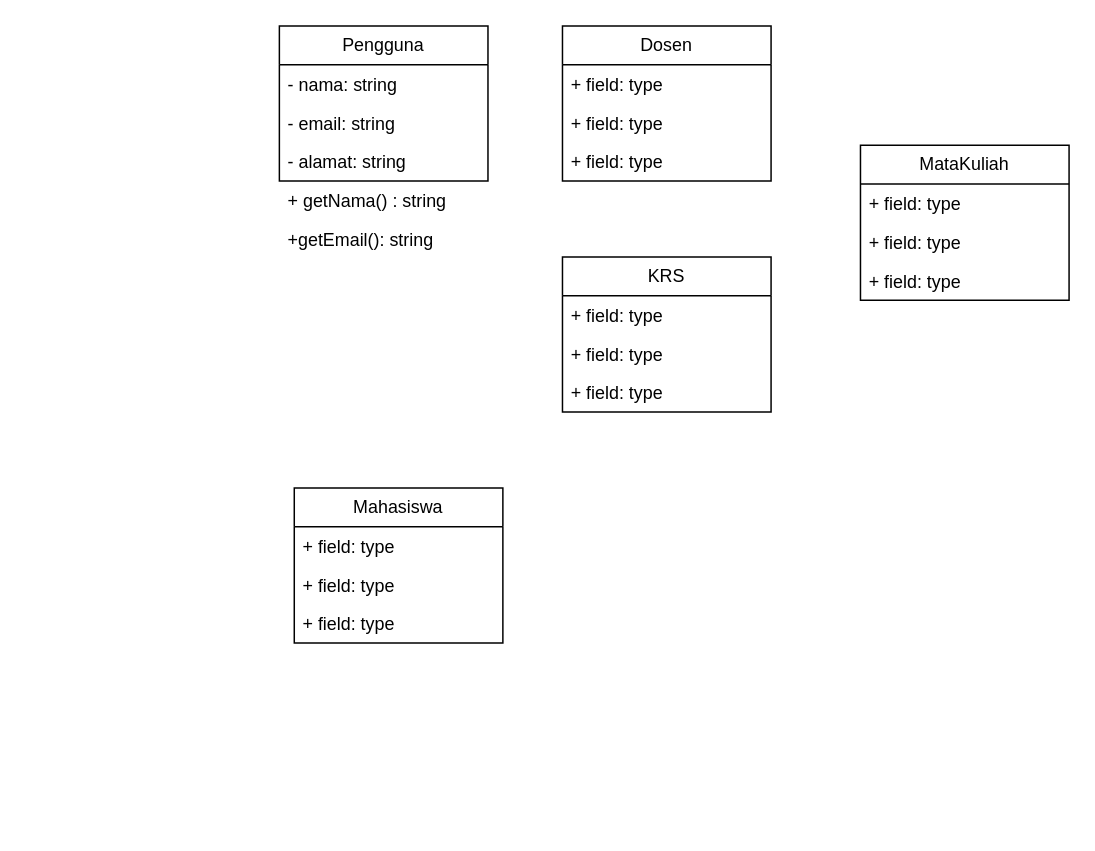
This is Akademik0013.drawio from 4rl4/tugas-pbo-akademik-0013, a draw.io file, before an edit. Source tidied: cells renumbered, new cells numbered last; positions are measured from the earlier drawing's top-left corner, leaving out a move shared by most shapes. Both pictures are drawn from the tidied source at 149%, with x=0, y=0 at pixel (279, 25).
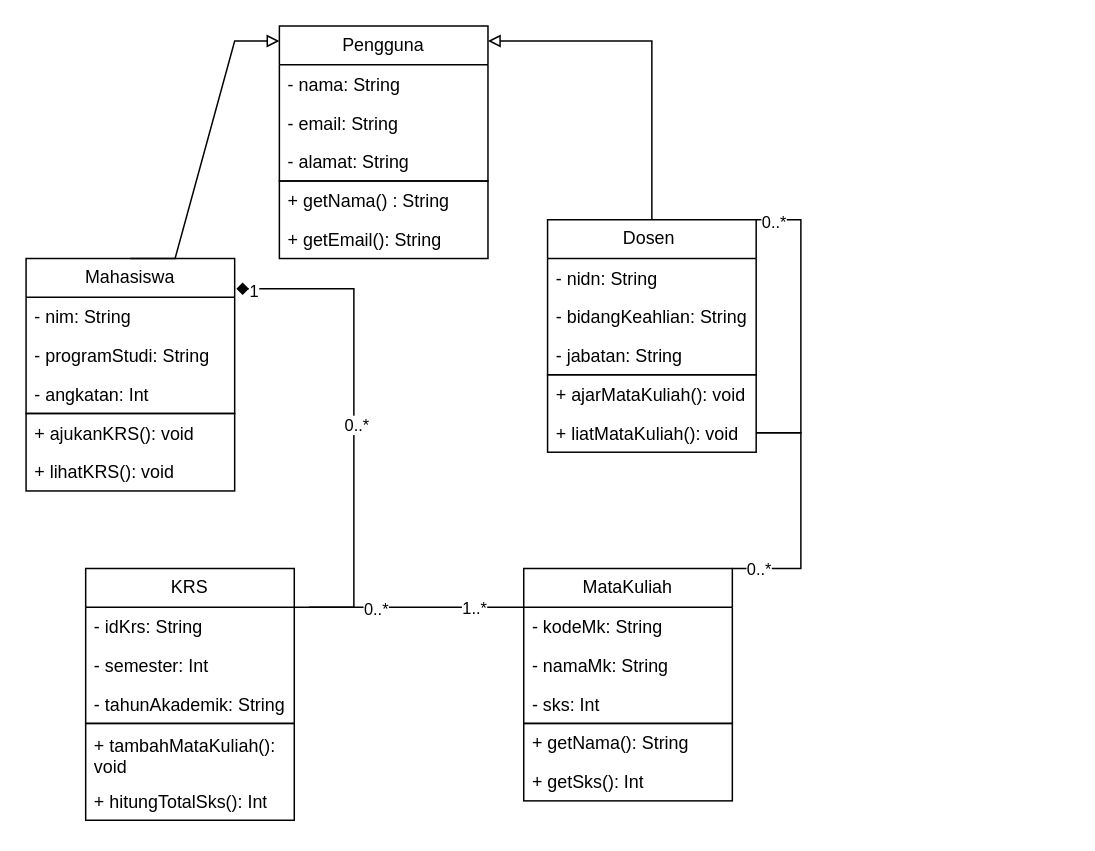
The same diagram, later.

The change refers to these unchanged cells:
```xml
<mxCell id="2" value="Pengguna" style="swimlane;fontStyle=0;horizontal=1;startSize=26;fillColor=none;whiteSpace=wrap;html=1;" parent="1" vertex="1">
  <mxGeometry width="140" height="104" as="geometry" />
</mxCell>
```

What changed in the source:
```diff
@@
-<mxGraphModel>
+<mxGraphModel background="light-dark(#ffffff, #121212)">
@@
+    <mxCell id="24" style="html=1;whiteSpace=wrap;" parent="1" vertex="1">
+      <mxGeometry x="-130" y="468" width="140" height="65" as="geometry" />
+    </mxCell>
+    <mxCell id="25" style="html=1;whiteSpace=wrap;" parent="1" vertex="1">
+      <mxGeometry x="164" y="468" width="140" height="52" as="geometry" />
+    </mxCell>
+    <mxCell id="26" style="html=1;whiteSpace=wrap;" parent="1" vertex="1">
+      <mxGeometry x="180" y="234" width="140" height="52" as="geometry" />
+    </mxCell>
+    <mxCell id="27" style="html=1;whiteSpace=wrap;" parent="1" vertex="1">
+      <mxGeometry x="-170" y="260" width="140" height="52" as="geometry" />
+    </mxCell>
+    <mxCell id="28" value="Object" style="html=1;whiteSpace=wrap;fontColor=none;noLabel=1;" parent="1" vertex="1">
+      <mxGeometry y="104" width="140" height="52" as="geometry" />
+    </mxCell>
@@
-    <mxCell id="3" value="- nama: string" style="text;strokeColor=none;fillColor=none;align=left;verticalAlign=top;spacingLeft=4;spacingRight=4;overflow=hidden;whiteSpace=wrap;html=1;" parent="2" vertex="1">
+    <mxCell id="3" value="- nama: String" style="text;strokeColor=none;fillColor=none;align=left;verticalAlign=top;spacingLeft=4;spacingRight=4;overflow=hidden;whiteSpace=wrap;html=1;" parent="2" vertex="1">
       <mxGeometry y="26" width="140" height="26" as="geometry" />
     </mxCell>
-    <mxCell id="4" value="- email: string" style="text;strokeColor=none;fillColor=none;align=left;verticalAlign=top;spacingLeft=4;spacingRight=4;overflow=hidden;whiteSpace=wrap;html=1;" parent="2" vertex="1">
+    <mxCell id="4" value="- email: String" style="text;strokeColor=none;fillColor=none;align=left;verticalAlign=top;spacingLeft=4;spacingRight=4;overflow=hidden;whiteSpace=wrap;html=1;" parent="2" vertex="1">
       <mxGeometry y="52" width="140" height="26" as="geometry" />
     </mxCell>
-    <mxCell id="5" value="- alamat: string" style="text;strokeColor=none;fillColor=none;align=left;verticalAlign=top;spacingLeft=4;spacingRight=4;overflow=hidden;whiteSpace=wrap;html=1;" parent="2" vertex="1">
+    <mxCell id="5" value="- alamat: String" style="text;strokeColor=none;fillColor=none;align=left;verticalAlign=top;spacingLeft=4;spacingRight=4;overflow=hidden;whiteSpace=wrap;html=1;" parent="2" vertex="1">
       <mxGeometry y="78" width="140" height="26" as="geometry" />
     </mxCell>
+    <mxCell id="29" style="edgeStyle=entityRelationEdgeStyle;rounded=0;jettySize=auto;html=1;exitX=0.5;exitY=0;exitDx=0;exitDy=0;defaultLabelBackgroundColor=page;endArrow=block;endFill=0;" parent="1" edge="1" source="6">
+      <mxGeometry relative="1" as="geometry">
+        <mxPoint y="10" as="targetPoint" />
+      </mxGeometry>
+    </mxCell>
-    <mxCell id="6" value="Dosen" style="swimlane;fontStyle=0;horizontal=1;startSize=26;fillColor=none;whiteSpace=wrap;html=1;" parent="1" vertex="1">
-      <mxGeometry x="190" width="140" height="104" as="geometry" />
+    <mxCell id="6" value="Mahasiswa" style="swimlane;fontStyle=0;horizontal=1;startSize=26;fillColor=none;whiteSpace=wrap;html=1;" parent="1" vertex="1">
+      <mxGeometry x="-170" y="156" width="140" height="104" as="geometry" />
     </mxCell>
-    <mxCell id="7" value="+ field: type" style="text;strokeColor=none;fillColor=none;align=left;verticalAlign=top;spacingLeft=4;spacingRight=4;overflow=hidden;whiteSpace=wrap;html=1;" parent="6" vertex="1">
+    <mxCell id="7" value="- nim: String" style="text;strokeColor=none;fillColor=none;align=left;verticalAlign=top;spacingLeft=4;spacingRight=4;overflow=hidden;whiteSpace=wrap;html=1;" parent="6" vertex="1">
       <mxGeometry y="26" width="140" height="26" as="geometry" />
     </mxCell>
-    <mxCell id="8" value="+ field: type" style="text;strokeColor=none;fillColor=none;align=left;verticalAlign=top;spacingLeft=4;spacingRight=4;overflow=hidden;whiteSpace=wrap;html=1;" parent="6" vertex="1">
+    <mxCell id="8" value="- programStudi: String" style="text;strokeColor=none;fillColor=none;align=left;verticalAlign=top;spacingLeft=4;spacingRight=4;overflow=hidden;whiteSpace=wrap;html=1;" parent="6" vertex="1">
       <mxGeometry y="52" width="140" height="26" as="geometry" />
     </mxCell>
-    <mxCell id="9" value="+ field: type" style="text;strokeColor=none;fillColor=none;align=left;verticalAlign=top;spacingLeft=4;spacingRight=4;overflow=hidden;whiteSpace=wrap;html=1;" parent="6" vertex="1">
+    <mxCell id="9" value="- angkatan: Int&amp;nbsp;" style="text;strokeColor=none;fillColor=none;align=left;verticalAlign=top;spacingLeft=4;spacingRight=4;overflow=hidden;whiteSpace=wrap;html=1;" parent="6" vertex="1">
       <mxGeometry y="78" width="140" height="26" as="geometry" />
     </mxCell>
+    <mxCell id="30" style="rounded=0;jettySize=auto;html=1;exitX=0.5;exitY=0;exitDx=0;exitDy=0;defaultLabelBackgroundColor=page;endArrow=block;endFill=0;" parent="1" edge="1" source="10">
+      <mxGeometry relative="1" as="geometry">
+        <mxPoint x="140" y="10" as="targetPoint" />
+        <Array as="points">
+          <mxPoint x="250" y="10" />
+        </Array>
+      </mxGeometry>
+    </mxCell>
-    <mxCell id="10" value="Mahasiswa" style="swimlane;fontStyle=0;horizontal=1;startSize=26;fillColor=none;whiteSpace=wrap;html=1;" parent="1" vertex="1">
-      <mxGeometry x="10" y="310" width="140" height="104" as="geometry" />
+    <mxCell id="10" value="Dosen&amp;nbsp;" style="swimlane;fontStyle=0;horizontal=1;startSize=26;fillColor=none;whiteSpace=wrap;html=1;" parent="1" vertex="1">
+      <mxGeometry x="180" y="130" width="140" height="104" as="geometry" />
     </mxCell>
-    <mxCell id="11" value="+ field: type" style="text;strokeColor=none;fillColor=none;align=left;verticalAlign=top;spacingLeft=4;spacingRight=4;overflow=hidden;whiteSpace=wrap;html=1;" parent="10" vertex="1">
+    <mxCell id="11" value="- nidn: String" style="text;strokeColor=none;fillColor=none;align=left;verticalAlign=top;spacingLeft=4;spacingRight=4;overflow=hidden;whiteSpace=wrap;html=1;" parent="10" vertex="1">
       <mxGeometry y="26" width="140" height="26" as="geometry" />
     </mxCell>
-    <mxCell id="12" value="+ field: type" style="text;strokeColor=none;fillColor=none;align=left;verticalAlign=top;spacingLeft=4;spacingRight=4;overflow=hidden;whiteSpace=wrap;html=1;" parent="10" vertex="1">
+    <mxCell id="12" value="- bidangKeahlian: String" style="text;strokeColor=none;fillColor=none;align=left;verticalAlign=top;spacingLeft=4;spacingRight=4;overflow=hidden;whiteSpace=wrap;html=1;" parent="10" vertex="1">
       <mxGeometry y="52" width="140" height="26" as="geometry" />
     </mxCell>
-    <mxCell id="13" value="+ field: type" style="text;strokeColor=none;fillColor=none;align=left;verticalAlign=top;spacingLeft=4;spacingRight=4;overflow=hidden;whiteSpace=wrap;html=1;" parent="10" vertex="1">
+    <mxCell id="13" value="- jabatan: String" style="text;strokeColor=none;fillColor=none;align=left;verticalAlign=top;spacingLeft=4;spacingRight=4;overflow=hidden;whiteSpace=wrap;html=1;" parent="10" vertex="1">
       <mxGeometry y="78" width="140" height="26" as="geometry" />
     </mxCell>
+    <mxCell id="31" style="edgeStyle=entityRelationEdgeStyle;rounded=0;jettySize=auto;html=1;exitX=1;exitY=0.25;exitDx=0;exitDy=0;entryX=0;entryY=0.25;entryDx=0;entryDy=0;defaultLabelBackgroundColor=page;endArrow=none;endFill=0;" parent="1" edge="1" source="14" target="18">
+      <mxGeometry relative="1" as="geometry" />
+    </mxCell>
+    <mxCell id="32" value="1..*" style="edgeLabel;html=1;align=center;verticalAlign=middle;inheritText=1;defaultLabelBackgroundColor=page;" parent="31" vertex="1">
+      <mxGeometry x="0.56" relative="1" as="geometry" />
+    </mxCell>
+    <mxCell id="33" value="0..*" style="edgeLabel;html=1;align=center;verticalAlign=middle;inheritText=1;defaultLabelBackgroundColor=page;" parent="31" vertex="1">
+      <mxGeometry x="-0.3" y="-1" relative="1" as="geometry" />
+    </mxCell>
+    <mxCell id="34" style="edgeStyle=entityRelationEdgeStyle;rounded=0;jettySize=auto;html=1;defaultLabelBackgroundColor=page;entryX=1.008;entryY=0.195;entryDx=0;entryDy=0;entryPerimeter=0;endArrow=diamond;endFill=1;" parent="1" edge="1" target="6">
+      <mxGeometry relative="1" as="geometry">
+        <mxPoint x="20" y="390" as="sourcePoint" />
+      </mxGeometry>
+    </mxCell>
+    <mxCell id="35" value="0..*" style="edgeLabel;html=1;align=center;verticalAlign=middle;inheritText=1;defaultLabelBackgroundColor=page;" parent="34" vertex="1">
+      <mxGeometry x="-0.05" y="-1" relative="1" as="geometry" />
+    </mxCell>
+    <mxCell id="36" value="1" style="edgeLabel;html=1;align=center;verticalAlign=middle;inheritText=1;defaultLabelBackgroundColor=page;" parent="34" vertex="1">
+      <mxGeometry x="0.93" y="1" relative="1" as="geometry" />
+    </mxCell>
     <mxCell id="14" value="KRS" style="swimlane;fontStyle=0;horizontal=1;startSize=26;fillColor=none;whiteSpace=wrap;html=1;" parent="1" vertex="1">
-      <mxGeometry x="190" y="155" width="140" height="104" as="geometry" />
+      <mxGeometry x="-130" y="364" width="140" height="104" as="geometry" />
     </mxCell>
-    <mxCell id="15" value="+ field: type" style="text;strokeColor=none;fillColor=none;align=left;verticalAlign=top;spacingLeft=4;spacingRight=4;overflow=hidden;whiteSpace=wrap;html=1;" parent="14" vertex="1">
+    <mxCell id="15" value="- idKrs: String" style="text;strokeColor=none;fillColor=none;align=left;verticalAlign=top;spacingLeft=4;spacingRight=4;overflow=hidden;whiteSpace=wrap;html=1;" parent="14" vertex="1">
       <mxGeometry y="26" width="140" height="26" as="geometry" />
     </mxCell>
-    <mxCell id="16" value="+ field: type" style="text;strokeColor=none;fillColor=none;align=left;verticalAlign=top;spacingLeft=4;spacingRight=4;overflow=hidden;whiteSpace=wrap;html=1;" parent="14" vertex="1">
+    <mxCell id="16" value="- semester: Int&amp;nbsp;" style="text;strokeColor=none;fillColor=none;align=left;verticalAlign=top;spacingLeft=4;spacingRight=4;overflow=hidden;whiteSpace=wrap;html=1;" parent="14" vertex="1">
       <mxGeometry y="52" width="140" height="26" as="geometry" />
     </mxCell>
-    <mxCell id="17" value="+ field: type" style="text;strokeColor=none;fillColor=none;align=left;verticalAlign=top;spacingLeft=4;spacingRight=4;overflow=hidden;whiteSpace=wrap;html=1;" parent="14" vertex="1">
+    <mxCell id="17" value="- tahunAkademik: String" style="text;strokeColor=none;fillColor=none;align=left;verticalAlign=top;spacingLeft=4;spacingRight=4;overflow=hidden;whiteSpace=wrap;html=1;" parent="14" vertex="1">
       <mxGeometry y="78" width="140" height="26" as="geometry" />
     </mxCell>
+    <mxCell id="37" style="edgeStyle=entityRelationEdgeStyle;rounded=0;jettySize=auto;html=1;defaultLabelBackgroundColor=page;exitX=1;exitY=0;exitDx=0;exitDy=0;startArrow=none;startFill=0;endArrow=none;endFill=0;" parent="1" edge="1" source="18" target="44">
+      <mxGeometry x="-0.31" relative="1" as="geometry" />
+    </mxCell>
+    <mxCell id="38" value="0..*" style="edgeLabel;html=1;align=center;verticalAlign=middle;inheritText=1;defaultLabelBackgroundColor=page;" parent="37" vertex="1">
+      <mxGeometry x="-0.8" relative="1" as="geometry" />
+    </mxCell>
     <mxCell id="18" value="MataKuliah" style="swimlane;fontStyle=0;horizontal=1;startSize=26;fillColor=none;whiteSpace=wrap;html=1;" parent="1" vertex="1">
-      <mxGeometry x="390" y="80" width="140" height="104" as="geometry" />
+      <mxGeometry x="164" y="364" width="140" height="104" as="geometry" />
     </mxCell>
-    <mxCell id="19" value="+ field: type" style="text;strokeColor=none;fillColor=none;align=left;verticalAlign=top;spacingLeft=4;spacingRight=4;overflow=hidden;whiteSpace=wrap;html=1;" parent="18" vertex="1">
+    <mxCell id="19" value="- kodeMk: String" style="text;strokeColor=none;fillColor=none;align=left;verticalAlign=top;spacingLeft=4;spacingRight=4;overflow=hidden;whiteSpace=wrap;html=1;" parent="18" vertex="1">
       <mxGeometry y="26" width="140" height="26" as="geometry" />
     </mxCell>
-    <mxCell id="20" value="+ field: type" style="text;strokeColor=none;fillColor=none;align=left;verticalAlign=top;spacingLeft=4;spacingRight=4;overflow=hidden;whiteSpace=wrap;html=1;" parent="18" vertex="1">
+    <mxCell id="20" value="- namaMk: String" style="text;strokeColor=none;fillColor=none;align=left;verticalAlign=top;spacingLeft=4;spacingRight=4;overflow=hidden;whiteSpace=wrap;html=1;" parent="18" vertex="1">
       <mxGeometry y="52" width="140" height="26" as="geometry" />
     </mxCell>
-    <mxCell id="21" value="+ field: type" style="text;strokeColor=none;fillColor=none;align=left;verticalAlign=top;spacingLeft=4;spacingRight=4;overflow=hidden;whiteSpace=wrap;html=1;" parent="18" vertex="1">
+    <mxCell id="21" value="- sks: Int&amp;nbsp;" style="text;strokeColor=none;fillColor=none;align=left;verticalAlign=top;spacingLeft=4;spacingRight=4;overflow=hidden;whiteSpace=wrap;html=1;" parent="18" vertex="1">
       <mxGeometry y="78" width="140" height="26" as="geometry" />
     </mxCell>
-    <mxCell id="22" value="+ getNama() : string" style="text;strokeColor=none;fillColor=none;align=left;verticalAlign=top;spacingLeft=4;spacingRight=4;overflow=hidden;whiteSpace=wrap;html=1;" parent="1" vertex="1">
+    <mxCell id="22" value="+ getNama() : String" style="text;strokeColor=none;fillColor=none;align=left;verticalAlign=top;spacingLeft=4;spacingRight=4;overflow=hidden;whiteSpace=wrap;html=1;" parent="1" vertex="1">
       <mxGeometry y="104" width="140" height="26" as="geometry" />
     </mxCell>
-    <mxCell id="23" value="+getEmail(): string&amp;nbsp;" style="text;strokeColor=none;fillColor=none;align=left;verticalAlign=top;spacingLeft=4;spacingRight=4;overflow=hidden;whiteSpace=wrap;html=1;" parent="1" vertex="1">
+    <mxCell id="23" value="+ getEmail(): String&amp;nbsp;" style="text;strokeColor=none;fillColor=none;align=left;verticalAlign=top;spacingLeft=4;spacingRight=4;overflow=hidden;whiteSpace=wrap;html=1;" parent="1" vertex="1">
       <mxGeometry y="130" width="140" height="26" as="geometry" />
     </mxCell>
+    <mxCell id="39" value="+ ajukanKRS(): void&lt;div&gt;&lt;br&gt;&lt;/div&gt;" style="text;strokeColor=none;fillColor=none;align=left;verticalAlign=top;spacingLeft=4;spacingRight=4;overflow=hidden;whiteSpace=wrap;html=1;" parent="1" vertex="1">
+      <mxGeometry x="-170" y="260" width="140" height="26" as="geometry" />
+    </mxCell>
+    <mxCell id="40" value="+ lihatKRS(): void&lt;div&gt;&lt;br&gt;&lt;/div&gt;" style="text;strokeColor=none;fillColor=none;align=left;verticalAlign=top;spacingLeft=4;spacingRight=4;overflow=hidden;whiteSpace=wrap;html=1;" parent="1" vertex="1">
+      <mxGeometry x="-170" y="286" width="140" height="26" as="geometry" />
+    </mxCell>
+    <mxCell id="41" value="+ ajarMataKuliah(): void" style="text;strokeColor=none;fillColor=none;align=left;verticalAlign=top;spacingLeft=4;spacingRight=4;overflow=hidden;whiteSpace=wrap;html=1;" parent="1" vertex="1">
+      <mxGeometry x="180" y="234" width="140" height="26" as="geometry" />
+    </mxCell>
+    <mxCell id="42" style="edgeStyle=entityRelationEdgeStyle;rounded=0;jettySize=auto;html=1;exitX=1;exitY=0.5;exitDx=0;exitDy=0;entryX=1;entryY=0;entryDx=0;entryDy=0;defaultLabelBackgroundColor=page;endArrow=none;endFill=0;" parent="1" edge="1" source="44" target="10">
+      <mxGeometry relative="1" as="geometry" />
+    </mxCell>
+    <mxCell id="43" value="0..*" style="edgeLabel;html=1;align=center;verticalAlign=middle;inheritText=1;defaultLabelBackgroundColor=page;" parent="42" vertex="1">
+      <mxGeometry x="0.89" y="1" relative="1" as="geometry" />
+    </mxCell>
+    <mxCell id="44" value="+ liatMataKuliah(): void" style="text;strokeColor=none;fillColor=none;align=left;verticalAlign=top;spacingLeft=4;spacingRight=4;overflow=hidden;points=[[0,0.5],[1,0.5]];portConstraint=eastwest;whiteSpace=wrap;html=1;" parent="1" vertex="1">
+      <mxGeometry x="180" y="260" width="140" height="26" as="geometry" />
+    </mxCell>
+    <mxCell id="45" value="+ getNama(): String" style="text;strokeColor=none;fillColor=none;align=left;verticalAlign=top;spacingLeft=4;spacingRight=4;overflow=hidden;whiteSpace=wrap;html=1;" parent="1" vertex="1">
+      <mxGeometry x="164" y="468" width="140" height="26" as="geometry" />
+    </mxCell>
+    <mxCell id="46" value="+ getSks(): Int" style="text;strokeColor=none;fillColor=none;align=left;verticalAlign=top;spacingLeft=4;spacingRight=4;overflow=hidden;whiteSpace=wrap;html=1;" parent="1" vertex="1">
+      <mxGeometry x="164" y="494" width="140" height="26" as="geometry" />
+    </mxCell>
+    <mxCell id="47" value="+ hitungTotalSks(): Int" style="text;strokeColor=none;fillColor=none;align=left;verticalAlign=top;spacingLeft=4;spacingRight=4;overflow=hidden;whiteSpace=wrap;html=1;" parent="1" vertex="1">
+      <mxGeometry x="-130" y="507" width="140" height="26" as="geometry" />
+    </mxCell>
+    <mxCell id="48" value="+ tambahMataKuliah(): void&amp;nbsp;" style="text;strokeColor=none;fillColor=none;align=left;verticalAlign=top;spacingLeft=4;spacingRight=4;overflow=hidden;whiteSpace=wrap;html=1;" parent="1" vertex="1">
+      <mxGeometry x="-130" y="470" width="140" height="39" as="geometry" />
+    </mxCell>
```
